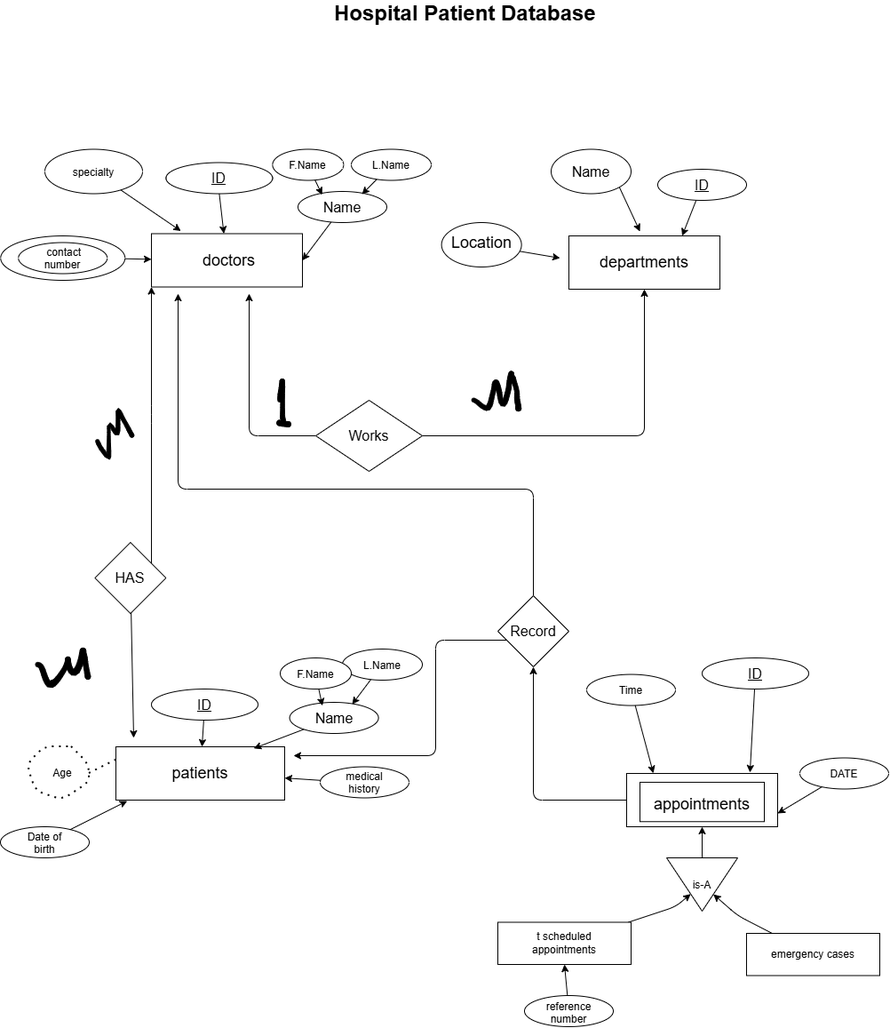
This is task_1..drawio.png from mariamnabeh/Database-ERD-EERD-Models, a draw.io export, as it was before one commit. Source tidied: cells renumbered, new cells last; positions are measured from the earlier drawing's top-left corner, leaving out a move shared by most shapes.
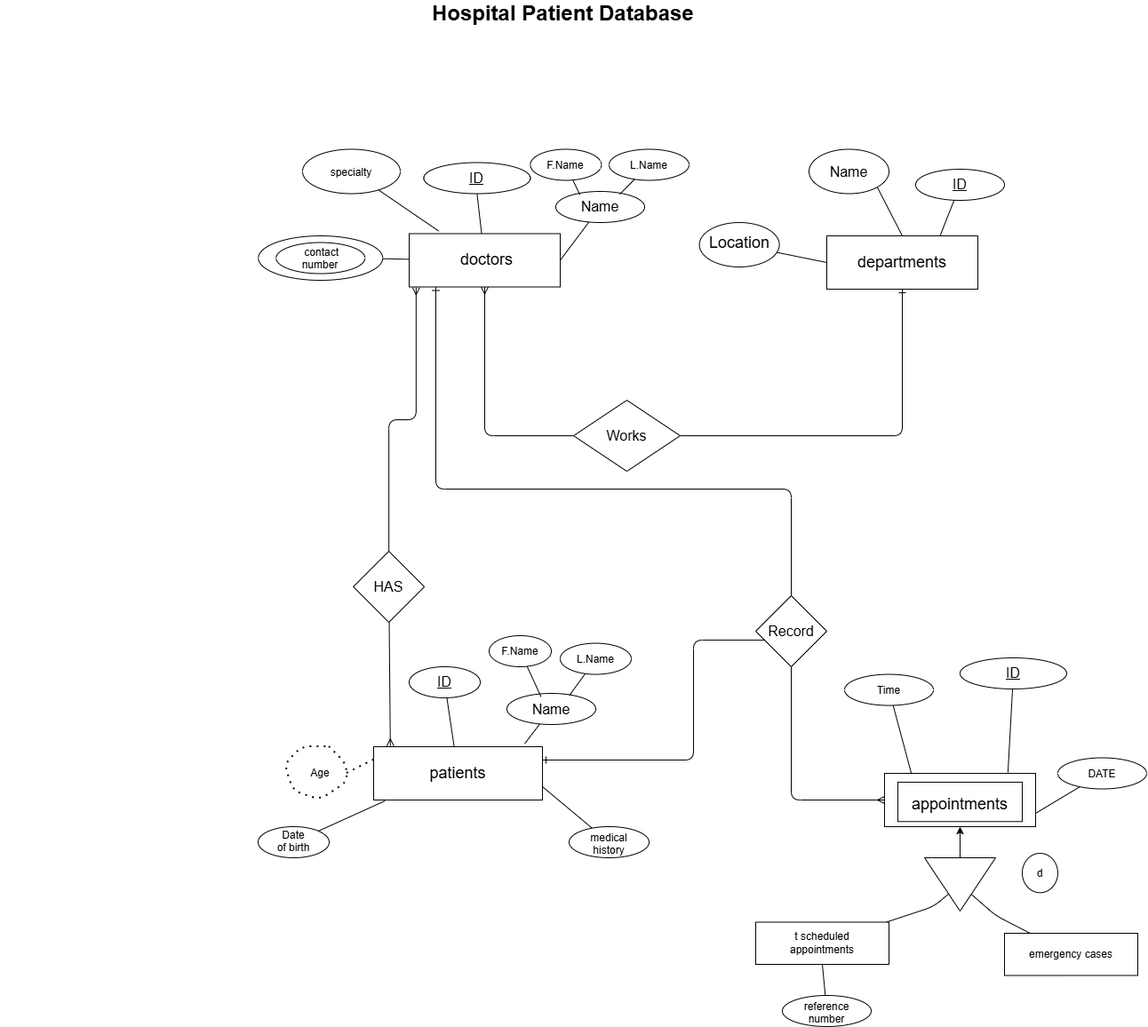
After the change.

Commit message:
Update task ERD diagrams

Refresh the diagrams for Tasks 1, 2, and 3.

The edit, as a diff of the source:
```diff
@@ -2,6 +2,9 @@
   <root>
     <mxCell id="0" />
     <mxCell id="1" parent="0" />
+    <mxCell id="71" style="edgeStyle=elbowEdgeStyle;elbow=vertical;html=1;startArrow=ERmany;startFill=0;exitX=0.046;exitY=1.01;exitDx=0;exitDy=0;exitPerimeter=0;endArrow=none;endFill=0;" parent="1" edge="1" source="2" target="43">
+      <mxGeometry relative="1" as="geometry" />
+    </mxCell>
     <mxCell id="2" value="&lt;font style=&quot;font-size: 18px;&quot;&gt;&amp;nbsp;doctors&lt;/font&gt;" style="whiteSpace=wrap;html=1;" parent="1" vertex="1">
       <mxGeometry x="170" y="262.5" width="170" height="60" as="geometry" />
     </mxCell>
@@ -11,7 +14,7 @@
     <mxCell id="4" value="&lt;font style=&quot;font-size: 18px;&quot;&gt;departments&lt;/font&gt;" style="whiteSpace=wrap;html=1;" parent="1" vertex="1">
       <mxGeometry x="640" y="265" width="170" height="60" as="geometry" />
     </mxCell>
-    <mxCell id="5" style="edgeStyle=orthogonalEdgeStyle;html=1;exitX=0;exitY=0.5;exitDx=0;exitDy=0;entryX=0.5;entryY=1;entryDx=0;entryDy=0;" parent="1" edge="1" source="6" target="64">
+    <mxCell id="5" style="edgeStyle=orthogonalEdgeStyle;html=1;exitX=0;exitY=0.5;exitDx=0;exitDy=0;entryX=0.5;entryY=1;entryDx=0;entryDy=0;endArrow=none;endFill=0;startArrow=ERmany;startFill=0;" parent="1" edge="1" source="6" target="64">
       <mxGeometry relative="1" as="geometry" />
     </mxCell>
     <mxCell id="6" value="&lt;font style=&quot;font-size: 18px;&quot;&gt;&lt;br&gt;appointments&lt;/font&gt;&lt;div&gt;&lt;br&gt;&lt;/div&gt;" style="whiteSpace=wrap;html=1;" parent="1" vertex="1">
@@ -20,22 +23,22 @@
     <mxCell id="7" value="&lt;font size=&quot;3&quot;&gt;&lt;u&gt;ID&lt;/u&gt;&lt;/font&gt;" style="ellipse;whiteSpace=wrap;html=1;shapeInside=1;" parent="1" vertex="1">
       <mxGeometry x="186.4" y="182.5" width="120" height="35" as="geometry" />
     </mxCell>
-    <mxCell id="8" style="edgeStyle=none;html=1;exitX=0.5;exitY=1;exitDx=0;exitDy=0;" parent="1" edge="1" source="7" target="2">
+    <mxCell id="8" style="edgeStyle=none;html=1;exitX=0.5;exitY=1;exitDx=0;exitDy=0;endArrow=none;endFill=0;" parent="1" edge="1" source="7" target="2">
       <mxGeometry relative="1" as="geometry" />
     </mxCell>
     <mxCell id="9" value="&lt;div style=&quot;&quot;&gt;specialty&lt;/div&gt;" style="ellipse;whiteSpace=wrap;html=1;shapeInside=1;" parent="1" vertex="1">
       <mxGeometry x="50" y="167.5" width="110" height="50" as="geometry" />
     </mxCell>
-    <mxCell id="10" style="edgeStyle=none;html=1;entryX=0.195;entryY=-0.05;entryDx=0;entryDy=0;entryPerimeter=0;" parent="1" edge="1" source="9" target="2">
+    <mxCell id="10" style="edgeStyle=none;html=1;entryX=0.195;entryY=-0.05;entryDx=0;entryDy=0;entryPerimeter=0;endArrow=none;endFill=0;" parent="1" edge="1" source="9" target="2">
       <mxGeometry relative="1" as="geometry" />
     </mxCell>
-    <mxCell id="11" style="edgeStyle=none;html=1;entryX=1;entryY=0.5;entryDx=0;entryDy=0;" parent="1" edge="1" source="12" target="2">
+    <mxCell id="11" style="edgeStyle=none;html=1;entryX=1;entryY=0.5;entryDx=0;entryDy=0;endArrow=none;endFill=0;" parent="1" edge="1" source="12" target="2">
       <mxGeometry relative="1" as="geometry" />
     </mxCell>
     <mxCell id="12" value="&lt;font size=&quot;3&quot;&gt;Name&lt;/font&gt;" style="ellipse;whiteSpace=wrap;html=1;shapeInside=1;" parent="1" vertex="1">
       <mxGeometry x="335" y="215" width="100" height="35" as="geometry" />
     </mxCell>
-    <mxCell id="13" style="edgeStyle=none;html=1;" parent="1" edge="1" source="14" target="2">
+    <mxCell id="13" style="edgeStyle=none;html=1;endArrow=none;endFill=0;" parent="1" edge="1" source="14" target="2">
       <mxGeometry relative="1" as="geometry" />
     </mxCell>
     <mxCell id="14" style="ellipse;whiteSpace=wrap;html=1;shapeInside=1;" parent="1" vertex="1">
@@ -44,27 +47,23 @@
     <mxCell id="15" value="&amp;nbsp;contact number" style="ellipse;whiteSpace=wrap;html=1;shapeInside=1;" parent="1" vertex="1">
       <mxGeometry x="20.3" y="272.5" width="100" height="35" as="geometry" />
     </mxCell>
-    <mxCell id="16" style="edgeStyle=orthogonalEdgeStyle;html=1;" parent="1" edge="1" source="18">
-      <mxGeometry relative="1" as="geometry">
-        <mxPoint x="280" y="330" as="targetPoint" />
-      </mxGeometry>
+    <mxCell id="16" style="edgeStyle=orthogonalEdgeStyle;html=1;endArrow=ERmany;endFill=0;" parent="1" edge="1" source="18" target="2">
+      <mxGeometry relative="1" as="geometry" />
     </mxCell>
-    <mxCell id="17" style="edgeStyle=orthogonalEdgeStyle;html=1;exitX=1;exitY=0.5;exitDx=0;exitDy=0;" parent="1" edge="1" source="18" target="4">
+    <mxCell id="17" style="edgeStyle=orthogonalEdgeStyle;html=1;exitX=1;exitY=0.5;exitDx=0;exitDy=0;endArrow=ERone;endFill=0;" parent="1" edge="1" source="18" target="4">
       <mxGeometry x="-0.19" relative="1" as="geometry" />
     </mxCell>
     <mxCell id="18" value="&lt;font size=&quot;3&quot;&gt;Works&lt;/font&gt;" style="rhombus;whiteSpace=wrap;html=1;shapeInside=1;" parent="1" vertex="1">
       <mxGeometry x="355" y="450" width="120" height="80" as="geometry" />
     </mxCell>
-    <mxCell id="19" style="edgeStyle=none;html=1;entryX=0.75;entryY=0;entryDx=0;entryDy=0;" parent="1" edge="1" source="20" target="4">
+    <mxCell id="19" style="edgeStyle=none;html=1;entryX=0.75;entryY=0;entryDx=0;entryDy=0;endArrow=none;endFill=0;" parent="1" edge="1" source="20" target="4">
       <mxGeometry relative="1" as="geometry" />
     </mxCell>
     <mxCell id="20" value="&lt;font size=&quot;3&quot;&gt;&lt;u&gt;ID&lt;/u&gt;&lt;/font&gt;" style="ellipse;whiteSpace=wrap;html=1;shapeInside=1;" parent="1" vertex="1">
       <mxGeometry x="740" y="190" width="100" height="35" as="geometry" />
     </mxCell>
-    <mxCell id="21" style="edgeStyle=none;html=1;exitX=1;exitY=1;exitDx=0;exitDy=0;" parent="1" edge="1" source="22">
-      <mxGeometry relative="1" as="geometry">
-        <mxPoint x="720" y="260" as="targetPoint" />
-      </mxGeometry>
+    <mxCell id="21" style="edgeStyle=none;html=1;exitX=1;exitY=1;exitDx=0;exitDy=0;entryX=0.5;entryY=0;entryDx=0;entryDy=0;endArrow=none;endFill=0;" parent="1" edge="1" source="22" target="4">
+      <mxGeometry relative="1" as="geometry" />
     </mxCell>
     <mxCell id="22" value="&lt;font size=&quot;3&quot;&gt;Name&lt;/font&gt;" style="ellipse;whiteSpace=wrap;html=1;shapeInside=1;" parent="1" vertex="1">
       <mxGeometry x="620" y="167.5" width="90" height="50" as="geometry" />
@@ -72,10 +71,8 @@
     <mxCell id="23" value="&lt;font style=&quot;font-size: 18px;&quot;&gt;Location&lt;/font&gt;" style="ellipse;whiteSpace=wrap;html=1;shapeInside=1;" parent="1" vertex="1">
       <mxGeometry x="496.6" y="250" width="90" height="50" as="geometry" />
     </mxCell>
-    <mxCell id="24" style="edgeStyle=none;html=1;" parent="1" edge="1" source="23">
-      <mxGeometry relative="1" as="geometry">
-        <mxPoint x="630" y="290" as="targetPoint" />
-      </mxGeometry>
+    <mxCell id="24" style="edgeStyle=none;html=1;entryX=0;entryY=0.5;entryDx=0;entryDy=0;endArrow=none;endFill=0;" parent="1" edge="1" source="23" target="4">
+      <mxGeometry relative="1" as="geometry" />
     </mxCell>
     <mxCell id="25" value="F.Name" style="ellipse;whiteSpace=wrap;html=1;shapeInside=1;" parent="1" vertex="1">
       <mxGeometry x="306.4" y="167.5" width="80" height="35" as="geometry" />
@@ -83,44 +80,46 @@
     <mxCell id="26" value="L.Name" style="ellipse;whiteSpace=wrap;html=1;shapeInside=1;" parent="1" vertex="1">
       <mxGeometry x="395" y="167.5" width="90" height="35" as="geometry" />
     </mxCell>
-    <mxCell id="27" style="edgeStyle=none;html=1;entryX=0.272;entryY=0.108;entryDx=0;entryDy=0;entryPerimeter=0;" parent="1" edge="1" source="25" target="12">
+    <mxCell id="27" style="edgeStyle=none;html=1;entryX=0.272;entryY=0.108;entryDx=0;entryDy=0;entryPerimeter=0;endArrow=none;endFill=0;" parent="1" edge="1" source="25" target="12">
       <mxGeometry relative="1" as="geometry" />
     </mxCell>
-    <mxCell id="28" style="edgeStyle=none;html=1;entryX=0.72;entryY=0.092;entryDx=0;entryDy=0;entryPerimeter=0;" parent="1" edge="1" source="26" target="12">
+    <mxCell id="28" style="edgeStyle=none;html=1;entryX=0.72;entryY=0.092;entryDx=0;entryDy=0;entryPerimeter=0;endArrow=none;endFill=0;" parent="1" edge="1" source="26" target="12">
       <mxGeometry relative="1" as="geometry" />
     </mxCell>
-    <mxCell id="29" style="edgeStyle=none;html=1;" parent="1" edge="1" source="30" target="3">
+    <mxCell id="29" style="edgeStyle=none;html=1;endArrow=none;endFill=0;" parent="1" edge="1" source="30" target="3">
       <mxGeometry relative="1" as="geometry" />
     </mxCell>
     <mxCell id="30" value="&lt;font size=&quot;3&quot;&gt;&lt;u&gt;ID&lt;/u&gt;&lt;/font&gt;" style="ellipse;whiteSpace=wrap;html=1;shapeInside=1;" parent="1" vertex="1">
-      <mxGeometry x="170" y="775" width="120" height="35" as="geometry" />
+      <mxGeometry x="170" y="750" width="80" height="35" as="geometry" />
     </mxCell>
     <mxCell id="31" value="&lt;font size=&quot;3&quot;&gt;Name&lt;/font&gt;" style="ellipse;whiteSpace=wrap;html=1;shapeInside=1;" parent="1" vertex="1">
-      <mxGeometry x="325.6" y="790" width="100" height="35" as="geometry" />
+      <mxGeometry x="280" y="780" width="100" height="35" as="geometry" />
     </mxCell>
-    <mxCell id="32" style="edgeStyle=none;html=1;entryX=0.817;entryY=0.03;entryDx=0;entryDy=0;entryPerimeter=0;" parent="1" edge="1" source="31" target="3">
-      <mxGeometry relative="1" as="geometry" />
+    <mxCell id="32" style="edgeStyle=none;html=1;endArrow=none;endFill=0;" parent="1" edge="1" source="31">
+      <mxGeometry relative="1" as="geometry">
+        <mxPoint x="300" y="836.6" as="targetPoint" />
+      </mxGeometry>
     </mxCell>
     <mxCell id="33" value="L.Name" style="ellipse;whiteSpace=wrap;html=1;shapeInside=1;" parent="1" vertex="1">
-      <mxGeometry x="385" y="730" width="90" height="35" as="geometry" />
+      <mxGeometry x="340" y="723.6" width="80" height="35" as="geometry" />
     </mxCell>
-    <mxCell id="34" style="edgeStyle=none;html=1;entryX=0.704;entryY=0.063;entryDx=0;entryDy=0;entryPerimeter=0;" parent="1" edge="1" source="33" target="31">
+    <mxCell id="34" style="edgeStyle=none;html=1;entryX=0.704;entryY=0.063;entryDx=0;entryDy=0;entryPerimeter=0;endArrow=none;endFill=0;" parent="1" edge="1" source="33" target="31">
       <mxGeometry relative="1" as="geometry" />
     </mxCell>
     <mxCell id="35" value="F.Name" style="ellipse;whiteSpace=wrap;html=1;shapeInside=1;" parent="1" vertex="1">
-      <mxGeometry x="315" y="740" width="80" height="35" as="geometry" />
+      <mxGeometry x="260" y="715" width="70" height="35" as="geometry" />
     </mxCell>
-    <mxCell id="36" style="edgeStyle=none;html=1;entryX=0.368;entryY=0.109;entryDx=0;entryDy=0;entryPerimeter=0;" parent="1" edge="1" source="35" target="31">
+    <mxCell id="36" style="edgeStyle=none;html=1;endArrow=none;endFill=0;entryX=0.384;entryY=0.107;entryDx=0;entryDy=0;entryPerimeter=0;" parent="1" edge="1" source="35" target="31">
       <mxGeometry relative="1" as="geometry" />
     </mxCell>
-    <mxCell id="37" style="edgeStyle=none;html=1;" parent="1" edge="1" source="38" target="3">
+    <mxCell id="37" style="edgeStyle=none;html=1;endArrow=none;endFill=0;entryX=1;entryY=0.75;entryDx=0;entryDy=0;" parent="1" edge="1" source="38" target="3">
       <mxGeometry relative="1" as="geometry" />
     </mxCell>
     <mxCell id="38" value="medical history&lt;div&gt;&lt;br/&gt;&lt;/div&gt;" style="ellipse;whiteSpace=wrap;html=1;shapeInside=1;" parent="1" vertex="1">
-      <mxGeometry x="360" y="862.5" width="100" height="35" as="geometry" />
+      <mxGeometry x="350" y="930" width="90" height="35" as="geometry" />
     </mxCell>
     <mxCell id="39" value="Date of birth" style="ellipse;whiteSpace=wrap;html=1;shapeInside=1;" parent="1" vertex="1">
-      <mxGeometry y="930" width="100" height="35" as="geometry" />
+      <mxGeometry y="930" width="80" height="35" as="geometry" />
     </mxCell>
     <mxCell id="40" style="endArrow=none;dashed=1;html=1;dashPattern=1 3;strokeWidth=2;" parent="1" edge="1">
       <mxGeometry x="-0.07" relative="1" as="geometry">
@@ -139,30 +138,22 @@
     <mxCell id="41" value="Age" style="text;html=1;whiteSpace=wrap;strokeColor=none;fillColor=none;align=center;verticalAlign=middle;rounded=0;" parent="1" vertex="1">
       <mxGeometry x="40" y="855" width="60" height="30" as="geometry" />
     </mxCell>
-    <mxCell id="42" style="edgeStyle=elbowEdgeStyle;html=1;entryX=0;entryY=1;entryDx=0;entryDy=0;" parent="1" edge="1" source="43" target="2">
-      <mxGeometry relative="1" as="geometry" />
-    </mxCell>
     <mxCell id="43" value="&lt;font size=&quot;3&quot;&gt;HAS&lt;/font&gt;" style="rhombus;whiteSpace=wrap;html=1;shapeInside=1;" parent="1" vertex="1">
-      <mxGeometry x="106.4" y="610" width="80" height="80" as="geometry" />
+      <mxGeometry x="107.1" y="620" width="80" height="80" as="geometry" />
     </mxCell>
-    <mxCell id="44" style="edgeStyle=none;html=1;" parent="1" edge="1" source="43">
-      <mxGeometry relative="1" as="geometry">
-        <mxPoint x="150" y="830" as="targetPoint" />
-      </mxGeometry>
+    <mxCell id="44" style="edgeStyle=none;html=1;endArrow=ERmany;endFill=0;entryX=0.099;entryY=-0.013;entryDx=0;entryDy=0;entryPerimeter=0;" parent="1" edge="1" source="43" target="3">
+      <mxGeometry relative="1" as="geometry" />
     </mxCell>
-    <mxCell id="45" style="edgeStyle=none;html=1;entryX=0.067;entryY=1.017;entryDx=0;entryDy=0;entryPerimeter=0;" parent="1" edge="1" source="39" target="3">
+    <mxCell id="45" style="edgeStyle=none;html=1;entryX=0.067;entryY=1.017;entryDx=0;entryDy=0;entryPerimeter=0;endArrow=none;endFill=0;" parent="1" edge="1" source="39" target="3">
       <mxGeometry relative="1" as="geometry" />
     </mxCell>
-    <mxCell id="46" style="shape=(stored shape, 1292 characters);lineShape=1;strokeColor=default;" parent="1" vertex="1">
-      <mxGeometry x="107.1" y="459.1" width="43.1" height="57.4" as="geometry" />
-    </mxCell>
     <mxCell id="47" value="&lt;font size=&quot;3&quot;&gt;&lt;u&gt;ID&lt;/u&gt;&lt;/font&gt;" style="ellipse;whiteSpace=wrap;html=1;shapeInside=1;" parent="1" vertex="1">
       <mxGeometry x="790" y="740" width="120" height="35" as="geometry" />
     </mxCell>
-    <mxCell id="48" style="edgeStyle=none;html=1;entryX=0.817;entryY=-0.017;entryDx=0;entryDy=0;entryPerimeter=0;" parent="1" edge="1" source="47" target="6">
+    <mxCell id="48" style="edgeStyle=none;html=1;entryX=0.817;entryY=-0.017;entryDx=0;entryDy=0;entryPerimeter=0;endArrow=none;endFill=0;" parent="1" edge="1" source="47" target="6">
       <mxGeometry relative="1" as="geometry" />
     </mxCell>
-    <mxCell id="49" style="edgeStyle=none;html=1;entryX=1;entryY=0.75;entryDx=0;entryDy=0;" parent="1" edge="1" source="50" target="6">
+    <mxCell id="49" style="edgeStyle=none;html=1;entryX=1;entryY=0.75;entryDx=0;entryDy=0;endArrow=none;endFill=0;" parent="1" edge="1" source="50" target="6">
       <mxGeometry relative="1" as="geometry" />
     </mxCell>
     <mxCell id="50" value="&lt;div&gt;DATE&lt;/div&gt;" style="ellipse;whiteSpace=wrap;html=1;shapeInside=1;" parent="1" vertex="1">
@@ -171,10 +162,10 @@
     <mxCell id="51" value="&lt;div&gt;Time&lt;/div&gt;" style="ellipse;whiteSpace=wrap;html=1;shapeInside=1;" parent="1" vertex="1">
       <mxGeometry x="660" y="758.6" width="100" height="35" as="geometry" />
     </mxCell>
-    <mxCell id="52" style="edgeStyle=none;html=1;entryX=0.177;entryY=-0.003;entryDx=0;entryDy=0;entryPerimeter=0;" parent="1" edge="1" source="51" target="6">
+    <mxCell id="52" style="edgeStyle=none;html=1;entryX=0.177;entryY=-0.003;entryDx=0;entryDy=0;entryPerimeter=0;endArrow=none;endFill=0;" parent="1" edge="1" source="51" target="6">
       <mxGeometry relative="1" as="geometry" />
     </mxCell>
-    <mxCell id="53" style="edgeStyle=none;html=1;entryX=0.5;entryY=1;entryDx=0;entryDy=0;" parent="1" edge="1" source="54" target="58">
+    <mxCell id="53" style="edgeStyle=none;html=1;entryX=0.5;entryY=1;entryDx=0;entryDy=0;endArrow=none;endFill=0;" parent="1" edge="1" source="54" target="58">
       <mxGeometry relative="1" as="geometry" />
     </mxCell>
     <mxCell id="54" value="&lt;div&gt;reference number&lt;/div&gt;" style="ellipse;whiteSpace=wrap;html=1;shapeInside=1;" parent="1" vertex="1">
@@ -183,10 +174,10 @@
     <mxCell id="55" style="edgeStyle=none;html=1;" parent="1" edge="1" source="56" target="6">
       <mxGeometry relative="1" as="geometry" />
     </mxCell>
-    <mxCell id="56" value="is-A" style="triangle;whiteSpace=wrap;html=1;shapeInside=1;direction=south;" parent="1" vertex="1">
+    <mxCell id="56" value="&lt;div&gt;&lt;br/&gt;&lt;/div&gt;" style="triangle;whiteSpace=wrap;html=1;shapeInside=1;direction=south;" parent="1" vertex="1">
       <mxGeometry x="750" y="965" width="80" height="60" as="geometry" />
     </mxCell>
-    <mxCell id="57" style="edgeStyle=none;html=1;" parent="1" edge="1" source="58" target="56">
+    <mxCell id="57" style="edgeStyle=none;html=1;endArrow=none;endFill=0;" parent="1" edge="1" source="58" target="56">
       <mxGeometry relative="1" as="geometry">
         <Array as="points">
           <mxPoint x="760" y="1020" />
@@ -196,7 +187,7 @@
     <mxCell id="58" value="&lt;div&gt;t scheduled&lt;br/&gt;appointments&lt;/div&gt;" style="whiteSpace=wrap;html=1;" parent="1" vertex="1">
       <mxGeometry x="560" y="1037.5" width="150" height="47.5" as="geometry" />
     </mxCell>
-    <mxCell id="59" style="edgeStyle=none;html=1;" parent="1" edge="1" source="60" target="56">
+    <mxCell id="59" style="edgeStyle=none;html=1;endArrow=none;endFill=0;" parent="1" edge="1" source="60" target="56">
       <mxGeometry relative="1" as="geometry">
         <Array as="points">
           <mxPoint x="830" y="1030" />
@@ -211,18 +202,16 @@
         <mxPoint x="570" y="700" as="targetPoint" />
       </mxGeometry>
     </mxCell>
-    <mxCell id="62" style="edgeStyle=orthogonalEdgeStyle;html=1;exitX=0.5;exitY=0;exitDx=0;exitDy=0;" parent="1" edge="1" source="64">
-      <mxGeometry relative="1" as="geometry">
-        <mxPoint x="200" y="330" as="targetPoint" />
+    <mxCell id="62" style="edgeStyle=orthogonalEdgeStyle;html=1;exitX=0.5;exitY=0;exitDx=0;exitDy=0;endArrow=ERone;endFill=0;" parent="1" edge="1" source="64" target="2">
+      <mxGeometry x="-0.01" relative="1" as="geometry">
         <Array as="points">
           <mxPoint x="600" y="550" />
           <mxPoint x="200" y="550" />
         </Array>
       </mxGeometry>
     </mxCell>
-    <mxCell id="63" style="edgeStyle=elbowEdgeStyle;html=1;" parent="1" edge="1" source="64">
-      <mxGeometry relative="1" as="geometry">
-        <mxPoint x="330" y="850" as="targetPoint" />
+    <mxCell id="63" style="edgeStyle=elbowEdgeStyle;html=1;entryX=1;entryY=0.25;entryDx=0;entryDy=0;endArrow=ERone;endFill=0;" parent="1" edge="1" source="64" target="3">
+      <mxGeometry x="-0.04" relative="1" as="geometry">
         <Array as="points">
           <mxPoint x="490" y="720" />
         </Array>
@@ -232,22 +221,16 @@
       <mxGeometry x="560" y="670" width="80" height="80" as="geometry" />
     </mxCell>
     <mxCell id="65" value="&lt;font style=&quot;font-size: 24px;&quot;&gt;&lt;b style=&quot;background-color: light-dark(transparent, rgb(51, 51, 255));&quot;&gt;&amp;nbsp;Hospital Patient Database&lt;/b&gt;&lt;/font&gt;" style="text;html=1;whiteSpace=wrap;strokeColor=none;fillColor=none;align=center;verticalAlign=middle;rounded=0;" parent="1" vertex="1">
-      <mxGeometry x="365.3" width="310" height="30" as="geometry" />
+      <mxGeometry x="-290" width="1260" height="30" as="geometry" />
     </mxCell>
     <mxCell id="66" style="endArrow=none;dashed=1;html=1;dashPattern=1 3;strokeWidth=2;entryX=0;entryY=0.25;entryDx=0;entryDy=0;exitX=1;exitY=0.5;exitDx=0;exitDy=0;" parent="1" edge="1" source="41" target="3">
       <mxGeometry relative="1" as="geometry" />
     </mxCell>
-    <mxCell id="67" style="shape=(stored shape, 1576 characters);lineShape=1;strokeColor=default;" parent="1" vertex="1">
-      <mxGeometry x="39.5" y="728.9" width="61.8" height="44.3" as="geometry" />
-    </mxCell>
     <mxCell id="68" value="&lt;font style=&quot;font-size: 18px;&quot;&gt;&lt;br&gt;appointments&lt;/font&gt;&lt;div&gt;&lt;br&gt;&lt;/div&gt;" style="whiteSpace=wrap;html=1;" parent="1" vertex="1">
       <mxGeometry x="720" y="879.9" width="140" height="44.3" as="geometry" />
     </mxCell>
-    <mxCell id="69" style="shape=(stored shape, 1688 characters);lineShape=1;strokeColor=default;" parent="1" vertex="1">
-      <mxGeometry x="530.6" y="417.5" width="55.5" height="44.6" as="geometry" />
-    </mxCell>
-    <mxCell id="70" style="shape=(stored shape, 1372 characters);lineShape=1;strokeColor=default;" parent="1" vertex="1">
-      <mxGeometry x="311.2" y="426.1" width="15.6" height="53.9" as="geometry" />
-    </mxCell>
+    <mxCell id="72" value="d" style="ellipse;whiteSpace=wrap;html=1;shapeInside=1;" parent="1" vertex="1">
+      <mxGeometry x="860" y="960" width="40" height="44.3" as="geometry" />
+    </mxCell>
   </root>
 </mxGraphModel>
```
